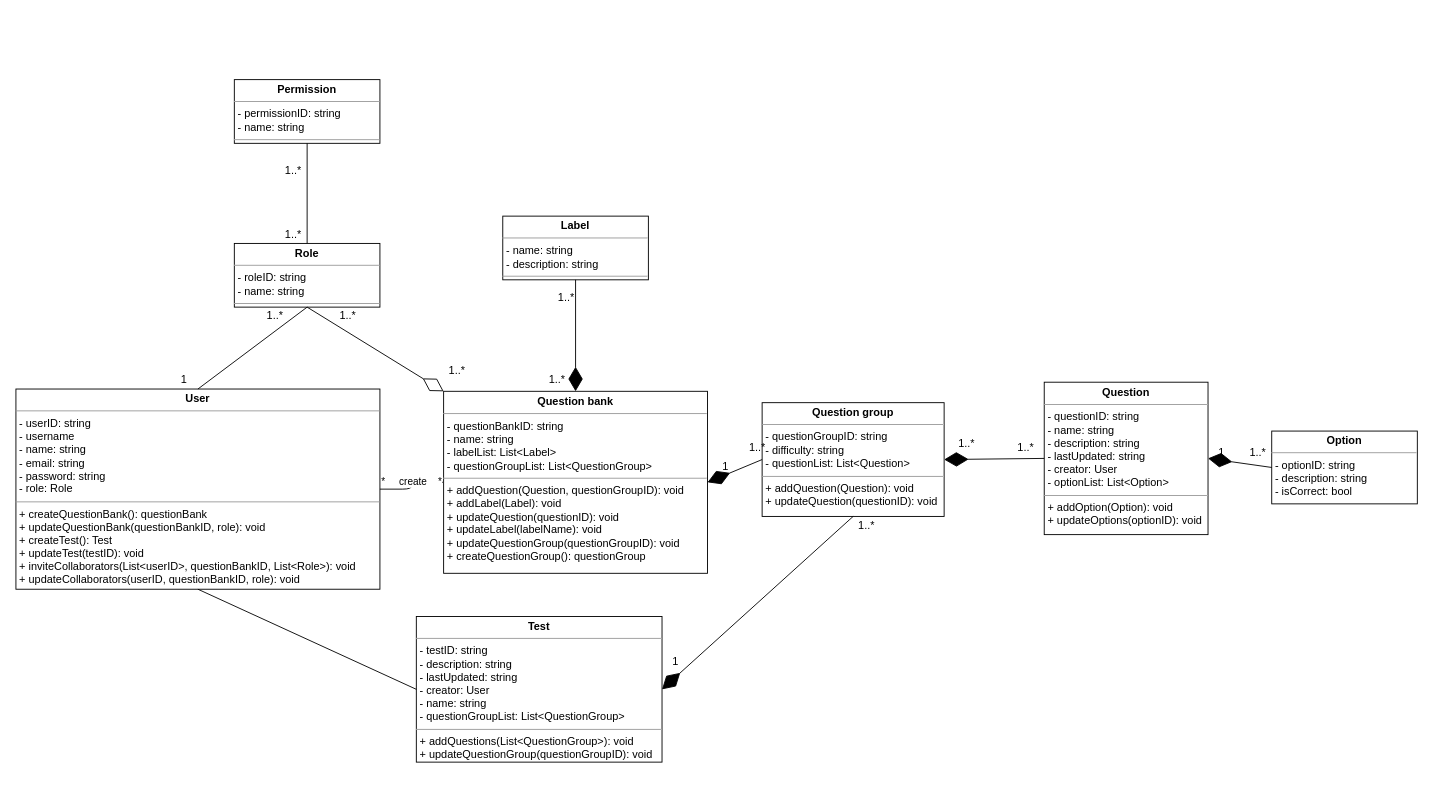
Earlier version of the draw.io diagram classdiagram.drawio (VDT1805/ChallengeCreator). Source tidied: cells renumbered, new cells numbered last; positions are measured from the earlier drawing's top-left corner, leaving out a move shared by most shapes. Both pictures are drawn from the tidied source at 91%, with x=0, y=0 at pixel (15, 79).
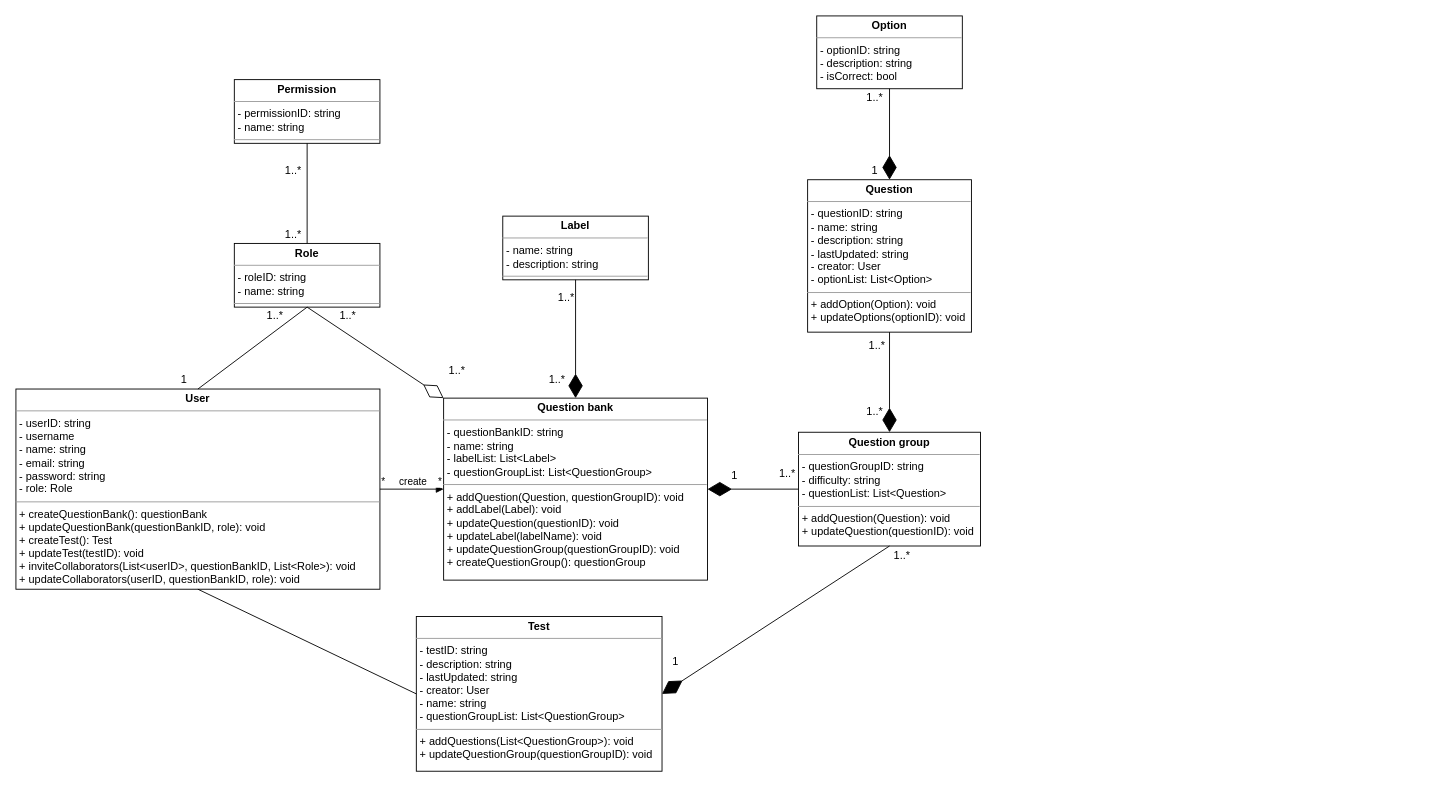
The same page after the edit.

What changed in the source:
```diff
@@
     <mxCell id="3" value="&lt;p style=&quot;margin:0px;margin-top:4px;text-align:center;&quot;&gt;&lt;b&gt;Question bank&lt;/b&gt;&lt;/p&gt;&lt;hr size=&quot;1&quot;&gt;&lt;p style=&quot;margin:0px;margin-left:4px;&quot;&gt;- questionBankID: string&lt;/p&gt;&lt;p style=&quot;margin:0px;margin-left:4px;&quot;&gt;- name: string&lt;/p&gt;&lt;p style=&quot;margin:0px;margin-left:4px;&quot;&gt;- labelList: List&amp;lt;Label&amp;gt;&lt;/p&gt;&lt;p style=&quot;margin:0px;margin-left:4px;&quot;&gt;- questionGroupList: List&amp;lt;QuestionGroup&amp;gt;&lt;/p&gt;&lt;hr size=&quot;1&quot;&gt;&lt;p style=&quot;margin:0px;margin-left:4px;&quot;&gt;+ addQuestion(Question, questionGroupID): void&lt;/p&gt;&lt;p style=&quot;margin:0px;margin-left:4px;&quot;&gt;+ addLabel(Label): void&lt;/p&gt;&lt;p style=&quot;margin: 0px 0px 0px 4px;&quot;&gt;+ updateQuestion(questionID): void&lt;/p&gt;&lt;p style=&quot;margin: 0px 0px 0px 4px;&quot;&gt;+ updateLabel(labelName): void&lt;/p&gt;&lt;p style=&quot;margin: 0px 0px 0px 4px;&quot;&gt;+ updateQuestionGroup(questionGroupID): void&lt;/p&gt;&lt;p style=&quot;margin: 0px 0px 0px 4px;&quot;&gt;+ createQuestionGroup(): questionGroup&lt;/p&gt;" style="verticalAlign=top;align=left;overflow=fill;fontSize=12;fontFamily=Helvetica;html=1;" parent="1" vertex="1">
-      <mxGeometry x="470" y="342.5" width="290" height="200" as="geometry" />
+      <mxGeometry x="470" y="350" width="290" height="200" as="geometry" />
     </mxCell>
     <mxCell id="4" value="&lt;p style=&quot;margin:0px;margin-top:4px;text-align:center;&quot;&gt;&lt;b&gt;Question&lt;/b&gt;&lt;/p&gt;&lt;hr size=&quot;1&quot;&gt;&lt;p style=&quot;margin:0px;margin-left:4px;&quot;&gt;- questionID: string&lt;/p&gt;&lt;p style=&quot;margin:0px;margin-left:4px;&quot;&gt;- name: string&lt;/p&gt;&lt;p style=&quot;margin:0px;margin-left:4px;&quot;&gt;- description: string&lt;/p&gt;&lt;p style=&quot;margin:0px;margin-left:4px;&quot;&gt;- lastUpdated: string&lt;/p&gt;&lt;p style=&quot;margin:0px;margin-left:4px;&quot;&gt;- creator: User&lt;/p&gt;&lt;p style=&quot;margin:0px;margin-left:4px;&quot;&gt;- optionList: List&amp;lt;Option&amp;gt;&lt;/p&gt;&lt;hr size=&quot;1&quot;&gt;&lt;p style=&quot;margin:0px;margin-left:4px;&quot;&gt;+ addOption(Option): void&lt;/p&gt;&lt;p style=&quot;margin:0px;margin-left:4px;&quot;&gt;+ updateOptions(optionID): void&lt;/p&gt;" style="verticalAlign=top;align=left;overflow=fill;fontSize=12;fontFamily=Helvetica;html=1;" parent="1" vertex="1">
-      <mxGeometry x="1130" y="332.5" width="180" height="167.5" as="geometry" />
+      <mxGeometry x="870" y="110" width="180" height="167.5" as="geometry" />
     </mxCell>
     <mxCell id="5" value="&lt;p style=&quot;margin:0px;margin-top:4px;text-align:center;&quot;&gt;&lt;b&gt;Test&lt;/b&gt;&lt;/p&gt;&lt;hr size=&quot;1&quot;&gt;&lt;p style=&quot;margin:0px;margin-left:4px;&quot;&gt;- testID: string&lt;/p&gt;&lt;p style=&quot;margin:0px;margin-left:4px;&quot;&gt;- description: string&lt;/p&gt;&lt;p style=&quot;margin:0px;margin-left:4px;&quot;&gt;- lastUpdated: string&lt;/p&gt;&lt;p style=&quot;margin:0px;margin-left:4px;&quot;&gt;- creator: User&lt;/p&gt;&lt;p style=&quot;margin:0px;margin-left:4px;&quot;&gt;- name: string&lt;/p&gt;&lt;p style=&quot;margin:0px;margin-left:4px;&quot;&gt;- questionGroupList: List&amp;lt;QuestionGroup&amp;gt;&lt;/p&gt;&lt;hr size=&quot;1&quot;&gt;&lt;p style=&quot;margin:0px;margin-left:4px;&quot;&gt;+ addQuestions(List&amp;lt;QuestionGroup&amp;gt;): void&lt;/p&gt;&lt;p style=&quot;margin:0px;margin-left:4px;&quot;&gt;+ updateQuestionGroup(questionGroupID): void&lt;/p&gt;" style="verticalAlign=top;align=left;overflow=fill;fontSize=12;fontFamily=Helvetica;html=1;" parent="1" vertex="1">
-      <mxGeometry x="440" y="590" width="270" height="160" as="geometry" />
+      <mxGeometry x="440" y="590" width="270" height="170" as="geometry" />
     </mxCell>
@@
     <mxCell id="7" value="&lt;p style=&quot;margin:0px;margin-top:4px;text-align:center;&quot;&gt;&lt;b&gt;Option&lt;/b&gt;&lt;/p&gt;&lt;hr size=&quot;1&quot;&gt;&lt;p style=&quot;margin:0px;margin-left:4px;&quot;&gt;- optionID: string&lt;/p&gt;&lt;p style=&quot;margin:0px;margin-left:4px;&quot;&gt;- description: string&lt;/p&gt;&lt;p style=&quot;margin:0px;margin-left:4px;&quot;&gt;- isCorrect: bool&lt;/p&gt;&lt;hr size=&quot;1&quot;&gt;&lt;p style=&quot;margin:0px;margin-left:4px;&quot;&gt;&lt;br&gt;&lt;/p&gt;" style="verticalAlign=top;align=left;overflow=fill;fontSize=12;fontFamily=Helvetica;html=1;" parent="1" vertex="1">
-      <mxGeometry x="1380" y="386.2" width="160" height="80" as="geometry" />
+      <mxGeometry x="880" y="-70" width="160" height="80" as="geometry" />
     </mxCell>
@@
     <mxCell id="10" value="&lt;p style=&quot;margin:0px;margin-top:4px;text-align:center;&quot;&gt;&lt;b&gt;Question group&lt;/b&gt;&lt;/p&gt;&lt;hr size=&quot;1&quot;&gt;&lt;p style=&quot;margin:0px;margin-left:4px;&quot;&gt;- questionGroupID: string&lt;/p&gt;&lt;p style=&quot;margin:0px;margin-left:4px;&quot;&gt;- difficulty: string&lt;/p&gt;&lt;p style=&quot;margin:0px;margin-left:4px;&quot;&gt;- questionList: List&amp;lt;Question&amp;gt;&lt;/p&gt;&lt;hr size=&quot;1&quot;&gt;&lt;p style=&quot;margin:0px;margin-left:4px;&quot;&gt;+ addQuestion(Question): void&lt;/p&gt;&lt;p style=&quot;margin:0px;margin-left:4px;&quot;&gt;+ updateQuestion(questionID): void&lt;/p&gt;" style="verticalAlign=top;align=left;overflow=fill;fontSize=12;fontFamily=Helvetica;html=1;" parent="1" vertex="1">
-      <mxGeometry x="820" y="355" width="200" height="125" as="geometry" />
+      <mxGeometry x="860" y="387.5" width="200" height="125" as="geometry" />
     </mxCell>
@@
     <mxCell id="14" value="1" style="text;html=1;strokeColor=none;fillColor=none;align=center;verticalAlign=middle;whiteSpace=wrap;rounded=0;" parent="1" vertex="1">
-      <mxGeometry x="770" y="410" width="20" height="30" as="geometry" />
+      <mxGeometry x="780" y="420" width="20" height="30" as="geometry" />
     </mxCell>
     <mxCell id="15" value="1..*" style="text;html=1;strokeColor=none;fillColor=none;align=center;verticalAlign=middle;whiteSpace=wrap;rounded=0;" parent="1" vertex="1">
-      <mxGeometry x="800" y="390" width="30" height="30" as="geometry" />
+      <mxGeometry x="833" y="418" width="30" height="30" as="geometry" />
     </mxCell>
-    <mxCell id="16" style="endArrow=diamondThin;endFill=1;endSize=24;html=1;exitX=0;exitY=0.5;exitDx=0;exitDy=0;entryX=1;entryY=0.5;entryDx=0;entryDy=0;" parent="1" edge="1" source="4" target="10">
+    <mxCell id="16" style="endArrow=diamondThin;endFill=1;endSize=24;html=1;exitX=0.5;exitY=1;exitDx=0;exitDy=0;entryX=0.5;entryY=0;entryDx=0;entryDy=0;" parent="1" edge="1" source="4" target="10">
       <mxGeometry relative="1" as="geometry" />
     </mxCell>
     <mxCell id="17" value="1..*" style="text;html=1;strokeColor=none;fillColor=none;align=center;verticalAlign=middle;whiteSpace=wrap;rounded=0;" parent="1" vertex="1">
-      <mxGeometry x="1030" y="385" width="30" height="30" as="geometry" />
+      <mxGeometry x="929" y="350" width="30" height="30" as="geometry" />
     </mxCell>
     <mxCell id="18" value="1..*" style="text;html=1;strokeColor=none;fillColor=none;align=center;verticalAlign=middle;whiteSpace=wrap;rounded=0;" parent="1" vertex="1">
-      <mxGeometry x="1080" y="390" width="60" height="30" as="geometry" />
+      <mxGeometry x="934" y="277.5" width="25" height="30" as="geometry" />
     </mxCell>
-    <mxCell id="19" style="endArrow=diamondThin;endFill=1;endSize=24;html=1;exitX=0;exitY=0.5;exitDx=0;exitDy=0;entryX=1;entryY=0.5;entryDx=0;entryDy=0;" parent="1" edge="1" source="7" target="4">
+    <mxCell id="19" style="endArrow=diamondThin;endFill=1;endSize=24;html=1;exitX=0.5;exitY=1;exitDx=0;exitDy=0;entryX=0.5;entryY=0;entryDx=0;entryDy=0;" parent="1" edge="1" source="7" target="4">
       <mxGeometry relative="1" as="geometry" />
     </mxCell>
     <mxCell id="20" value="1" style="text;html=1;strokeColor=none;fillColor=none;align=center;verticalAlign=middle;whiteSpace=wrap;rounded=0;" parent="1" vertex="1">
-      <mxGeometry x="1310" y="400" width="30" height="20" as="geometry" />
+      <mxGeometry x="929" y="90" width="30" height="20" as="geometry" />
     </mxCell>
     <mxCell id="21" value="1..*" style="text;html=1;strokeColor=none;fillColor=none;align=center;verticalAlign=middle;whiteSpace=wrap;rounded=0;" parent="1" vertex="1">
-      <mxGeometry x="1350" y="400" width="30" height="20" as="geometry" />
+      <mxGeometry x="929" y="10" width="30" height="20" as="geometry" />
     </mxCell>
@@
     <mxCell id="25" value="1..*" style="text;html=1;strokeColor=none;fillColor=none;align=center;verticalAlign=middle;whiteSpace=wrap;rounded=0;" parent="1" vertex="1">
-      <mxGeometry x="920" y="480" width="30" height="20" as="geometry" />
+      <mxGeometry x="959" y="512.5" width="30" height="20" as="geometry" />
     </mxCell>
```
